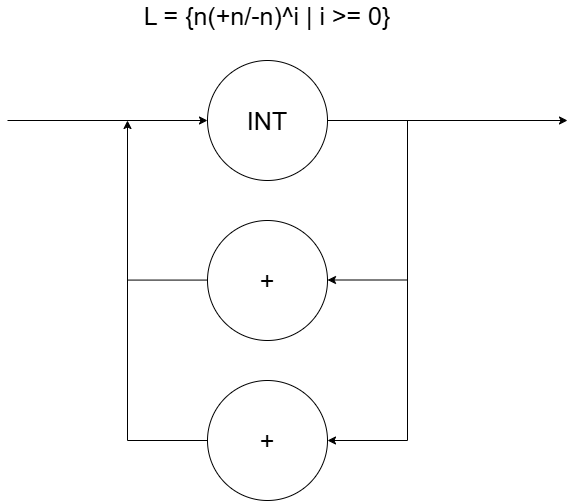
The draw.io diagram imgs/diagrama_v1.png in gustavoeso/LogCompGESO, before a commit. Source tidied: cells renumbered, new cells last; positions are measured from the earlier drawing's top-left corner, leaving out a move shared by most shapes.
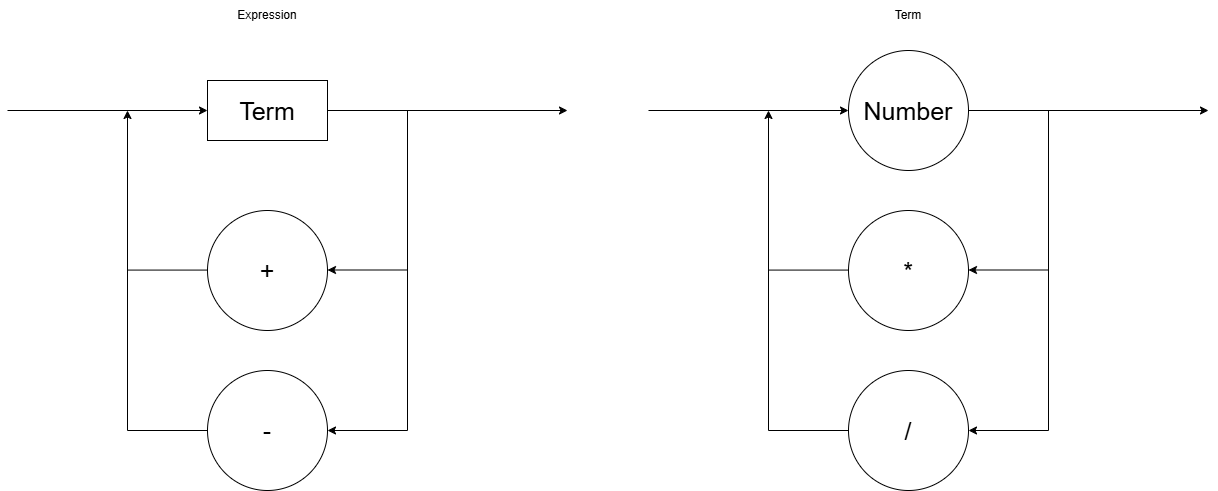
Above is the later version.

The edit, as a diff of the source:
```diff
@@ -2,11 +2,9 @@
   <root>
     <mxCell id="0" />
     <mxCell id="1" parent="0" />
-    <mxCell id="2" value="&lt;font style=&quot;font-size: 25px;&quot;&gt;INT&lt;/font&gt;" style="ellipse;whiteSpace=wrap;html=1;align=center;" parent="1" vertex="1">
-      <mxGeometry x="200" y="60" width="120" height="120" as="geometry" />
-    </mxCell>
-    <mxCell id="3" style="endArrow=classic;html=1;rounded=0;exitX=1;exitY=0.5;exitDx=0;exitDy=0;" parent="1" edge="1" source="2">
+    <mxCell id="3" style="endArrow=classic;html=1;rounded=0;exitX=1;exitY=0.5;exitDx=0;exitDy=0;" parent="1" edge="1">
       <mxGeometry relative="1" as="geometry">
+        <mxPoint x="320" y="120" as="sourcePoint" />
         <mxPoint x="560" y="120" as="targetPoint" />
       </mxGeometry>
     </mxCell>
@@ -25,7 +23,7 @@
     <mxCell id="6" value="&lt;font style=&quot;font-size: 25px;&quot;&gt;+&lt;/font&gt;" style="ellipse;whiteSpace=wrap;html=1;" parent="1" vertex="1">
       <mxGeometry x="200" y="220" width="120" height="120" as="geometry" />
     </mxCell>
-    <mxCell id="7" value="&lt;font style=&quot;font-size: 25px;&quot;&gt;+&lt;/font&gt;" style="ellipse;whiteSpace=wrap;html=1;" parent="1" vertex="1">
+    <mxCell id="7" value="&lt;font style=&quot;font-size: 25px;&quot;&gt;-&lt;/font&gt;" style="ellipse;whiteSpace=wrap;html=1;" parent="1" vertex="1">
       <mxGeometry x="200" y="380" width="120" height="120" as="geometry" />
     </mxCell>
     <mxCell id="8" style="endArrow=classic;html=1;rounded=0;entryX=1;entryY=0.5;entryDx=0;entryDy=0;" parent="1" edge="1" target="7">
@@ -33,9 +31,10 @@
         <mxPoint x="400" y="440" as="sourcePoint" />
       </mxGeometry>
     </mxCell>
-    <mxCell id="9" style="endArrow=classic;html=1;rounded=0;entryX=0;entryY=0.5;entryDx=0;entryDy=0;" parent="1" edge="1" target="2">
+    <mxCell id="9" style="endArrow=classic;html=1;rounded=0;entryX=0;entryY=0.5;entryDx=0;entryDy=0;" parent="1" edge="1">
       <mxGeometry relative="1" as="geometry">
         <mxPoint y="120" as="sourcePoint" />
+        <mxPoint x="200" y="120" as="targetPoint" />
       </mxGeometry>
     </mxCell>
     <mxCell id="10" style="endArrow=classic;html=1;rounded=0;" parent="1" edge="1">
@@ -55,8 +54,67 @@
         <mxPoint x="200" y="279.6" as="targetPoint" />
       </mxGeometry>
     </mxCell>
-    <mxCell id="13" value="&lt;font style=&quot;font-size: 25px;&quot;&gt;L = {n(+n/-n)^i | i &amp;gt;= 0}&lt;/font&gt;" style="text;html=1;align=center;verticalAlign=middle;whiteSpace=wrap;rounded=0;" parent="1" vertex="1">
-      <mxGeometry x="30" width="460" height="30" as="geometry" />
-    </mxCell>
+    <mxCell id="14" value="&lt;font style=&quot;font-size: 25px;&quot;&gt;Number&lt;/font&gt;" style="ellipse;whiteSpace=wrap;html=1;align=center;" parent="1" vertex="1">
+      <mxGeometry x="841" y="60" width="120" height="120" as="geometry" />
+    </mxCell>
+    <mxCell id="15" style="endArrow=classic;html=1;rounded=0;exitX=1;exitY=0.5;exitDx=0;exitDy=0;" parent="1" edge="1" source="14">
+      <mxGeometry relative="1" as="geometry">
+        <mxPoint x="1201" y="120" as="targetPoint" />
+      </mxGeometry>
+    </mxCell>
+    <mxCell id="16" style="endArrow=none;html=1;rounded=0;" parent="1" edge="1">
+      <mxGeometry relative="1" as="geometry">
+        <mxPoint x="1041" y="440" as="sourcePoint" />
+        <mxPoint x="1041" y="120" as="targetPoint" />
+      </mxGeometry>
+    </mxCell>
+    <mxCell id="17" style="endArrow=classic;html=1;rounded=0;" parent="1" edge="1">
+      <mxGeometry relative="1" as="geometry">
+        <mxPoint x="1041" y="279.5" as="sourcePoint" />
+        <mxPoint x="961" y="279.5" as="targetPoint" />
+      </mxGeometry>
+    </mxCell>
+    <mxCell id="18" value="&lt;font style=&quot;font-size: 25px;&quot;&gt;*&lt;/font&gt;" style="ellipse;whiteSpace=wrap;html=1;" parent="1" vertex="1">
+      <mxGeometry x="841" y="220" width="120" height="120" as="geometry" />
+    </mxCell>
+    <mxCell id="19" value="&lt;font style=&quot;font-size: 25px;&quot;&gt;/&lt;/font&gt;" style="ellipse;whiteSpace=wrap;html=1;" parent="1" vertex="1">
+      <mxGeometry x="841" y="380" width="120" height="120" as="geometry" />
+    </mxCell>
+    <mxCell id="20" style="endArrow=classic;html=1;rounded=0;entryX=1;entryY=0.5;entryDx=0;entryDy=0;" parent="1" edge="1" target="19">
+      <mxGeometry relative="1" as="geometry">
+        <mxPoint x="1041" y="440" as="sourcePoint" />
+      </mxGeometry>
+    </mxCell>
+    <mxCell id="21" style="endArrow=classic;html=1;rounded=0;entryX=0;entryY=0.5;entryDx=0;entryDy=0;" parent="1" edge="1" target="14">
+      <mxGeometry relative="1" as="geometry">
+        <mxPoint x="641" y="120" as="sourcePoint" />
+      </mxGeometry>
+    </mxCell>
+    <mxCell id="22" style="endArrow=classic;html=1;rounded=0;" parent="1" edge="1">
+      <mxGeometry relative="1" as="geometry">
+        <mxPoint x="761" y="440" as="sourcePoint" />
+        <mxPoint x="761" y="120" as="targetPoint" />
+      </mxGeometry>
+    </mxCell>
+    <mxCell id="23" style="endArrow=none;html=1;rounded=0;entryX=0;entryY=0.5;entryDx=0;entryDy=0;" parent="1" edge="1" target="19">
+      <mxGeometry relative="1" as="geometry">
+        <mxPoint x="761" y="440" as="sourcePoint" />
+      </mxGeometry>
+    </mxCell>
+    <mxCell id="24" style="endArrow=none;html=1;rounded=0;entryX=0;entryY=0.5;entryDx=0;entryDy=0;" parent="1" edge="1">
+      <mxGeometry relative="1" as="geometry">
+        <mxPoint x="761" y="279.6" as="sourcePoint" />
+        <mxPoint x="841" y="279.6" as="targetPoint" />
+      </mxGeometry>
+    </mxCell>
+    <mxCell id="25" value="Expression" style="text;html=1;align=center;verticalAlign=middle;whiteSpace=wrap;rounded=0;" parent="1" vertex="1">
+      <mxGeometry x="230" y="10" width="60" height="30" as="geometry" />
+    </mxCell>
+    <mxCell id="26" value="Term" style="text;html=1;align=center;verticalAlign=middle;whiteSpace=wrap;rounded=0;" parent="1" vertex="1">
+      <mxGeometry x="871" y="10" width="60" height="30" as="geometry" />
+    </mxCell>
+    <mxCell id="27" value="&lt;font style=&quot;font-size: 25px;&quot;&gt;Term&lt;/font&gt;" style="rounded=0;whiteSpace=wrap;html=1;" parent="1" vertex="1">
+      <mxGeometry x="200" y="90" width="120" height="60" as="geometry" />
+    </mxCell>
   </root>
 </mxGraphModel>
```
